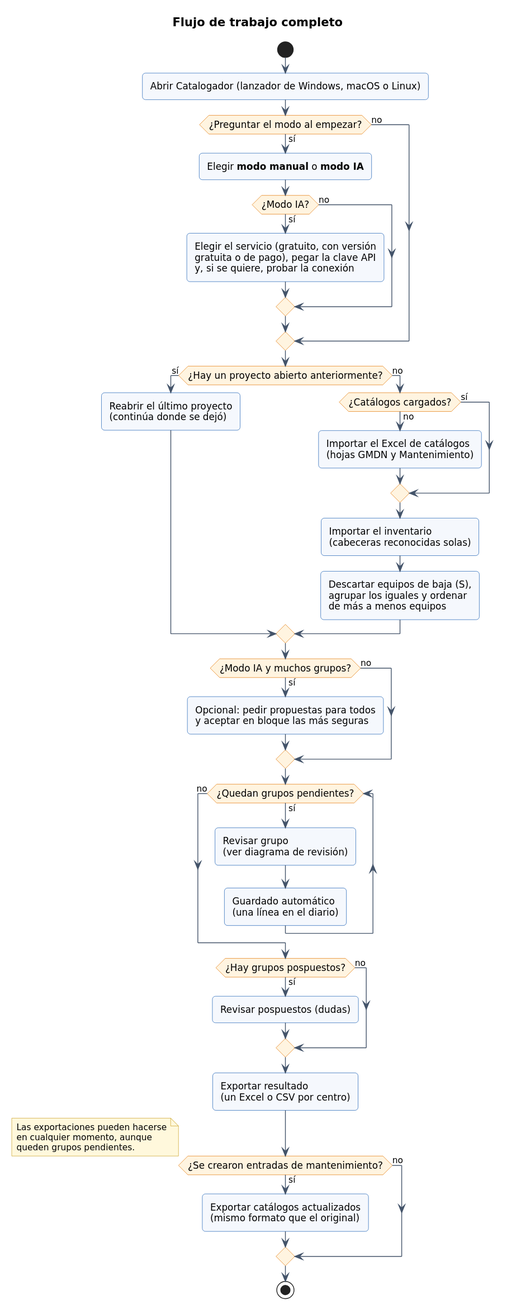
The PlantUML diagram documentacion/diagramas-uml/d08_actividad_flujo.svg in JuanAnanin/catalogador-inventario, before a commit. Source of this version:
```plantuml
@startuml
!include estilo.iuml
title Flujo de trabajo completo
start
:Abrir Catalogador (lanzador de Windows, macOS o Linux);
if (¿Preguntar el modo al empezar?) then (sí)
  :Elegir **modo manual** o **modo IA**;
  if (¿Modo IA?) then (sí)
    :Elegir el servicio (gratuito, con versión
    gratuita o de pago), pegar la clave API
    y, si se quiere, probar la conexión;
  else (no)
  endif
else (no)
endif
if (¿Hay un proyecto abierto anteriormente?) then (sí)
  :Reabrir el último proyecto
  (continúa donde se dejó);
else (no)
  if (¿Catálogos cargados?) then (no)
    :Importar el Excel de catálogos
    (hojas GMDN y Mantenimiento);
  else (sí)
  endif
  :Importar el inventario
  (cabeceras reconocidas solas);
  :Descartar equipos de baja (S),
  agrupar los iguales y ordenar
  de más a menos equipos;
endif
if (¿Modo IA y muchos grupos?) then (sí)
  :Opcional: pedir propuestas para todos
  y aceptar en bloque las más seguras;
else (no)
endif
while (¿Quedan grupos pendientes?) is (sí)
  :Revisar grupo
  (ver diagrama de revisión);
  :Guardado automático
  (una línea en el diario);
endwhile (no)
if (¿Hay grupos pospuestos?) then (sí)
  :Revisar pospuestos (dudas);
else (no)
endif
:Exportar resultado
(un Excel o CSV por centro);
if (¿Se crearon entradas de mantenimiento?) then (sí)
  :Exportar catálogos actualizados
  (mismo formato que el original);
else (no)
endif
note right
  Las exportaciones pueden hacerse
  en cualquier momento, aunque
  queden grupos pendientes.
end note
stop
@enduml
```
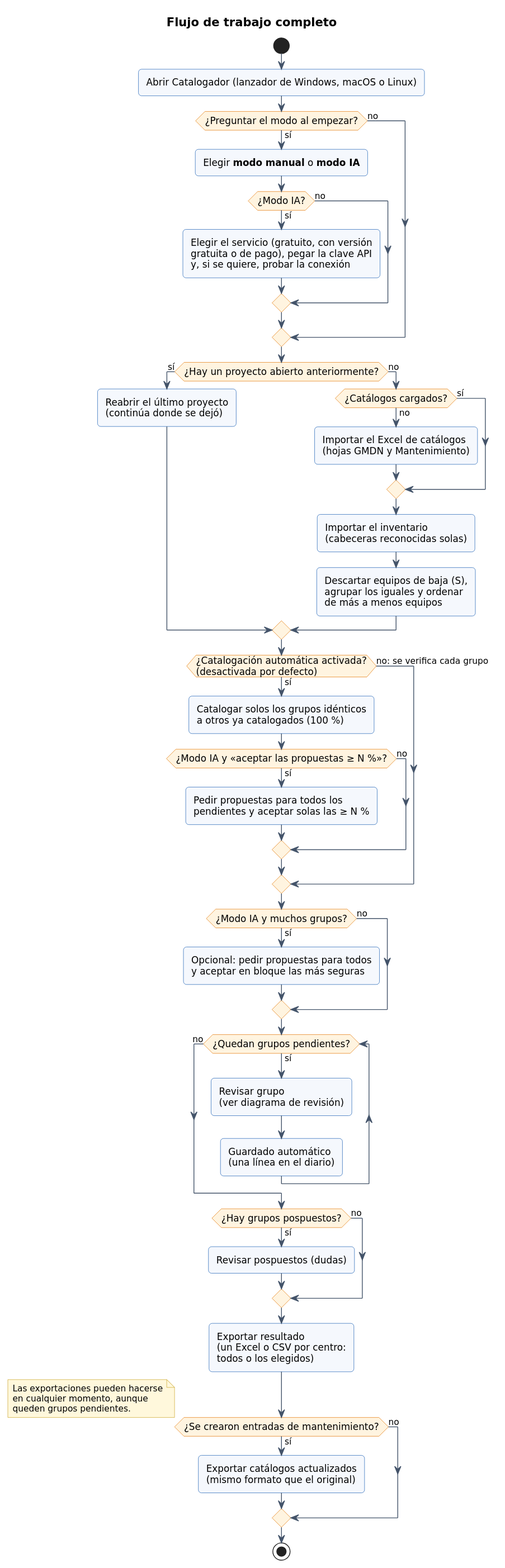
Later version of the same file.

What changed in the source:
```diff
@@ -28,6 +28,17 @@
   agrupar los iguales y ordenar
   de más a menos equipos;
 endif
+if (¿Catalogación automática activada?
+(desactivada por defecto)) then (sí)
+  :Catalogar solos los grupos idénticos
+  a otros ya catalogados (100 %);
+  if (¿Modo IA y «aceptar las propuestas ≥ N %»?) then (sí)
+    :Pedir propuestas para todos los
+    pendientes y aceptar solas las ≥ N %;
+  else (no)
+  endif
+else (no: se verifica cada grupo)
+endif
 if (¿Modo IA y muchos grupos?) then (sí)
   :Opcional: pedir propuestas para todos
   y aceptar en bloque las más seguras;
@@ -44,7 +55,8 @@
 else (no)
 endif
 :Exportar resultado
-(un Excel o CSV por centro);
+(un Excel o CSV por centro:
+todos o los elegidos);
 if (¿Se crearon entradas de mantenimiento?) then (sí)
   :Exportar catálogos actualizados
   (mismo formato que el original);
```
